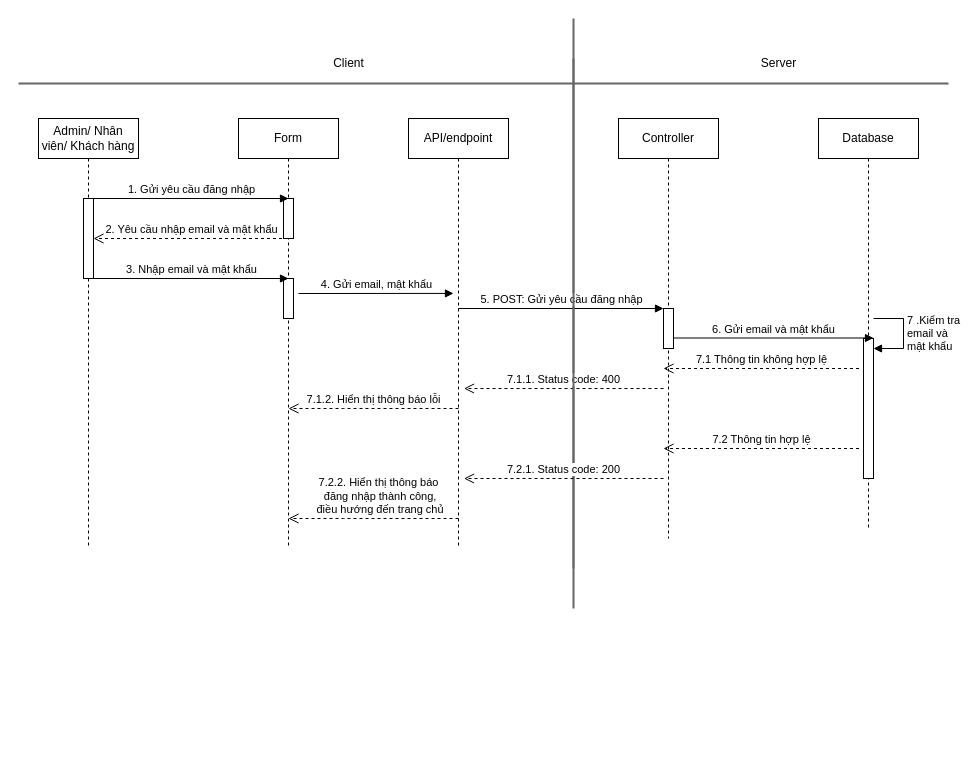
Above: SD/SD_DANGNHAP.drawio in hieuNV0871/da (draw.io), before the change. Source tidied: cells renumbered, new cells numbered last; positions are measured from the earlier drawing's top-left corner, leaving out a move shared by most shapes. Both pictures are drawn from the tidied source at 100%, with x=0, y=0 at pixel (18, 18).
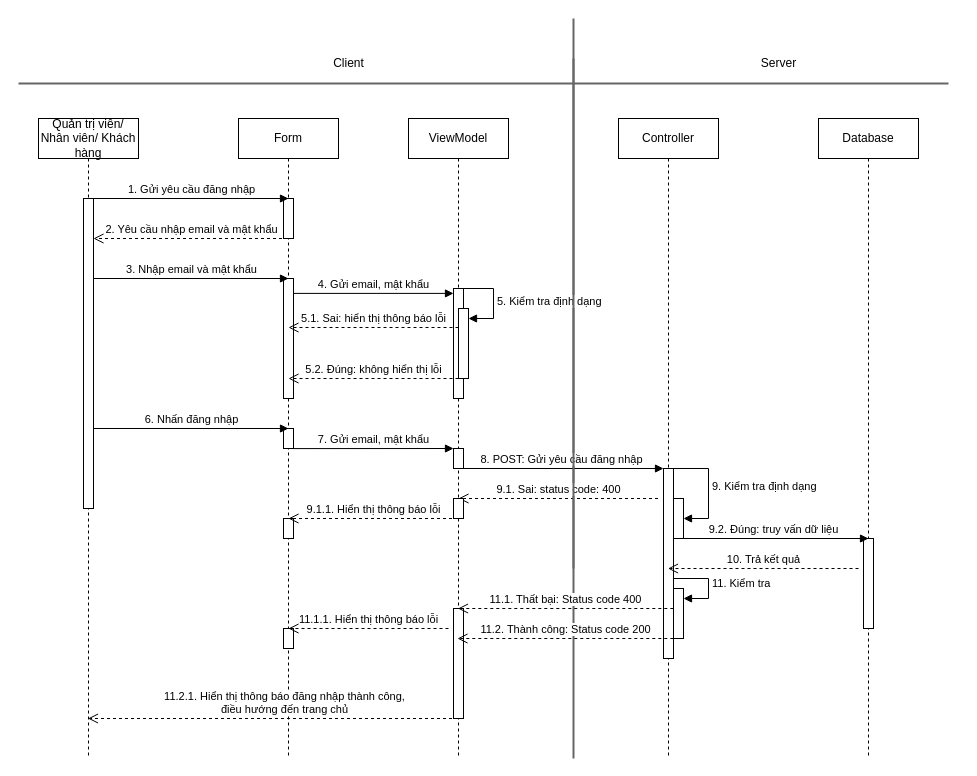
After the change.

The edit, as a diff of the source:
```diff
@@
-    <mxCell id="3" value="Admin/ Nhân viên/ Khách hàng" style="shape=umlLifeline;perimeter=lifelinePerimeter;whiteSpace=wrap;html=1;outlineConnect=0;portConstraint=eastwest;newEdgeStyle={&quot;curved&quot;:0,&quot;rounded&quot;:0};" parent="1" vertex="1">
-      <mxGeometry x="20" y="100" width="100" height="430" as="geometry" />
+    <mxCell id="3" value="Quản trị viên/ Nhân viên/ Khách hàng" style="shape=umlLifeline;perimeter=lifelinePerimeter;whiteSpace=wrap;html=1;outlineConnect=0;portConstraint=eastwest;newEdgeStyle={&quot;curved&quot;:0,&quot;rounded&quot;:0};" parent="1" vertex="1">
+      <mxGeometry x="20" y="100" width="100" height="640" as="geometry" />
     </mxCell>
     <mxCell id="4" style="html=1;points=[[0,0,0,0,5],[0,1,0,0,-5],[1,0,0,0,5],[1,1,0,0,-5]];perimeter=orthogonalPerimeter;outlineConnect=0;targetShapes=umlLifeline;portConstraint=eastwest;newEdgeStyle={&quot;curved&quot;:0,&quot;rounded&quot;:0};" parent="3" vertex="1">
-      <mxGeometry x="45" y="80" width="10" height="80" as="geometry" />
+      <mxGeometry x="45" y="80" width="10" height="310" as="geometry" />
     </mxCell>
     <mxCell id="5" value="Form" style="shape=umlLifeline;perimeter=lifelinePerimeter;whiteSpace=wrap;html=1;outlineConnect=0;portConstraint=eastwest;newEdgeStyle={&quot;curved&quot;:0,&quot;rounded&quot;:0};" parent="1" vertex="1">
-      <mxGeometry x="220" y="100" width="100" height="430" as="geometry" />
+      <mxGeometry x="220" y="100" width="100" height="640" as="geometry" />
     </mxCell>
@@
     <mxCell id="7" style="html=1;points=[[0,0,0,0,5],[0,1,0,0,-5],[1,0,0,0,5],[1,1,0,0,-5]];perimeter=orthogonalPerimeter;outlineConnect=0;targetShapes=umlLifeline;portConstraint=eastwest;newEdgeStyle={&quot;curved&quot;:0,&quot;rounded&quot;:0};" parent="5" vertex="1">
-      <mxGeometry x="45" y="160" width="10" height="40" as="geometry" />
+      <mxGeometry x="45" y="160" width="10" height="120" as="geometry" />
     </mxCell>
+    <mxCell id="31" style="html=1;perimeter=orthogonalPerimeter;targetShapes=umlLifeline;newEdgeStyle={&quot;curved&quot;:0,&quot;rounded&quot;:0};" parent="5" vertex="1">
+      <mxGeometry x="45" y="310" width="10" height="20" as="geometry" />
+    </mxCell>
+    <mxCell id="32" style="html=1;perimeter=orthogonalPerimeter;targetShapes=umlLifeline;newEdgeStyle={&quot;curved&quot;:0,&quot;rounded&quot;:0};" parent="5" vertex="1">
+      <mxGeometry x="45" y="400" width="10" height="20" as="geometry" />
+    </mxCell>
+    <mxCell id="33" style="html=1;perimeter=orthogonalPerimeter;targetShapes=umlLifeline;newEdgeStyle={&quot;curved&quot;:0,&quot;rounded&quot;:0};" parent="5" vertex="1">
+      <mxGeometry x="45" y="510" width="10" height="20" as="geometry" />
+    </mxCell>
     <mxCell id="8" value="Controller" style="shape=umlLifeline;perimeter=lifelinePerimeter;whiteSpace=wrap;html=1;outlineConnect=0;portConstraint=eastwest;newEdgeStyle={&quot;curved&quot;:0,&quot;rounded&quot;:0};" parent="1" vertex="1">
-      <mxGeometry x="600" y="100" width="100" height="420" as="geometry" />
+      <mxGeometry x="600" y="100" width="100" height="640" as="geometry" />
     </mxCell>
+    <mxCell id="25" style="html=1;points=[[0,0,0,0,5],[0,1,0,0,-5],[1,0,0,0,5],[1,1,0,0,-5]];perimeter=orthogonalPerimeter;outlineConnect=0;targetShapes=umlLifeline;portConstraint=eastwest;newEdgeStyle={&quot;curved&quot;:0,&quot;rounded&quot;:0};" parent="8" vertex="1">
+      <mxGeometry x="45" y="350" width="10" height="190" as="geometry" />
+    </mxCell>
+    <mxCell id="34" value="9. Kiểm tra định dạng" style="html=1;align=left;spacingLeft=2;endArrow=block;rounded=0;edgeStyle=orthogonalEdgeStyle;curved=0;rounded=0;exitX=0.5;exitY=0;exitDx=0;exitDy=0;exitPerimeter=0;" parent="8" edge="1" source="25" target="35">
+      <mxGeometry relative="1" as="geometry">
+        <Array as="points">
+          <mxPoint x="90" y="350" />
+          <mxPoint x="90" y="400" />
+        </Array>
+      </mxGeometry>
+    </mxCell>
+    <mxCell id="35" style="html=1;points=[[0,0,0,0,5],[0,1,0,0,-5],[1,0,0,0,5],[1,1,0,0,-5]];perimeter=orthogonalPerimeter;outlineConnect=0;targetShapes=umlLifeline;portConstraint=eastwest;newEdgeStyle={&quot;curved&quot;:0,&quot;rounded&quot;:0};" parent="8" vertex="1">
+      <mxGeometry x="55" y="380" width="10" height="40" as="geometry" />
+    </mxCell>
+    <mxCell id="36" style="html=1;points=[[0,0,0,0,5],[0,1,0,0,-5],[1,0,0,0,5],[1,1,0,0,-5]];perimeter=orthogonalPerimeter;outlineConnect=0;targetShapes=umlLifeline;portConstraint=eastwest;newEdgeStyle={&quot;curved&quot;:0,&quot;rounded&quot;:0};" parent="8" vertex="1">
+      <mxGeometry x="55" y="470" width="10" height="50" as="geometry" />
+    </mxCell>
+    <mxCell id="37" value="11. Kiểm tra" style="html=1;align=left;spacingLeft=2;endArrow=block;rounded=0;edgeStyle=orthogonalEdgeStyle;curved=0;rounded=0;" parent="8" edge="1" target="36">
+      <mxGeometry relative="1" as="geometry">
+        <mxPoint x="55" y="460" as="sourcePoint" />
+        <Array as="points">
+          <mxPoint x="90" y="460" />
+          <mxPoint x="90" y="480" />
+        </Array>
+      </mxGeometry>
+    </mxCell>
@@
-    <mxCell id="12" value="5. POST: Gửi yêu cầu đăng nhập" style="html=1;verticalAlign=bottom;endArrow=block;curved=0;rounded=0;" parent="1" edge="1">
+    <mxCell id="12" value="8. POST: Gửi yêu cầu đăng nhập" style="html=1;verticalAlign=bottom;endArrow=block;curved=0;rounded=0;" parent="1" edge="1">
       <mxGeometry relative="1" as="geometry">
-        <mxPoint x="440" y="290" as="sourcePoint" />
-        <mxPoint x="645" y="290" as="targetPoint" />
+        <mxPoint x="440" y="450" as="sourcePoint" />
+        <mxPoint x="645" y="450" as="targetPoint" />
       </mxGeometry>
     </mxCell>
-    <mxCell id="13" value="7.1 Thông tin không hợp lệ" style="html=1;verticalAlign=bottom;endArrow=open;dashed=1;endSize=8;curved=0;rounded=0;" parent="1" edge="1">
-      <mxGeometry relative="1" as="geometry">
-        <mxPoint x="840.5" y="350" as="sourcePoint" />
-        <mxPoint x="645" y="350" as="targetPoint" />
-      </mxGeometry>
-    </mxCell>
-    <mxCell id="14" value="7.1.1. Status code: 400" style="html=1;verticalAlign=bottom;endArrow=open;dashed=1;endSize=8;curved=0;rounded=0;" parent="1" edge="1">
+    <mxCell id="14" value="9.1. Sai: status code: 400" style="html=1;verticalAlign=bottom;endArrow=open;dashed=1;endSize=8;curved=0;rounded=0;" parent="1" edge="1">
       <mxGeometry relative="1" as="geometry">
-        <mxPoint x="645" y="370" as="sourcePoint" />
-        <mxPoint x="445.5" y="370" as="targetPoint" />
+        <mxPoint x="639.5" y="480" as="sourcePoint" />
+        <mxPoint x="440" y="480" as="targetPoint" />
         <Array as="points">
-          <mxPoint x="520.5" y="370" />
+          <mxPoint x="515" y="480" />
         </Array>
       </mxGeometry>
     </mxCell>
     <mxCell id="15" value="Database" style="shape=umlLifeline;perimeter=lifelinePerimeter;whiteSpace=wrap;html=1;newEdgeStyle={&quot;curved&quot;:0,&quot;rounded&quot;:0};" parent="1" vertex="1">
-      <mxGeometry x="800" y="100" width="100" height="410" as="geometry" />
+      <mxGeometry x="800" y="100" width="100" height="640" as="geometry" />
     </mxCell>
-    <mxCell id="16" value="7 .Kiểm tra &lt;br&gt;email và&lt;br&gt;mật khẩu" style="html=1;align=left;spacingLeft=2;endArrow=block;rounded=0;edgeStyle=orthogonalEdgeStyle;curved=0;rounded=0;" parent="15" edge="1" target="17">
-      <mxGeometry relative="1" as="geometry">
-        <mxPoint x="55" y="200" as="sourcePoint" />
-        <Array as="points">
-          <mxPoint x="85" y="230" />
-        </Array>
-      </mxGeometry>
-    </mxCell>
-    <mxCell id="17" style="html=1;points=[[0,0,0,0,5],[0,1,0,0,-5],[1,0,0,0,5],[1,1,0,0,-5]];perimeter=orthogonalPerimeter;outlineConnect=0;targetShapes=umlLifeline;portConstraint=eastwest;newEdgeStyle={&quot;curved&quot;:0,&quot;rounded&quot;:0};" parent="15" vertex="1">
-      <mxGeometry x="45" y="220" width="10" height="140" as="geometry" />
-    </mxCell>
-    <mxCell id="18" value="6. Gửi email và mật khẩu" style="html=1;verticalAlign=bottom;endArrow=block;curved=0;rounded=0;" parent="1" edge="1" source="25">
-      <mxGeometry relative="1" as="geometry">
-        <mxPoint x="855" y="319.5" as="targetPoint" />
-      </mxGeometry>
-    </mxCell>
+    <mxCell id="38" style="html=1;perimeter=orthogonalPerimeter;targetShapes=umlLifeline;newEdgeStyle={&quot;curved&quot;:0,&quot;rounded&quot;:0};" parent="15" vertex="1">
+      <mxGeometry x="45" y="420" width="10" height="90" as="geometry" />
+    </mxCell>
@@
-    <mxCell id="22" value="API/endpoint" style="shape=umlLifeline;perimeter=lifelinePerimeter;whiteSpace=wrap;html=1;outlineConnect=0;portConstraint=eastwest;newEdgeStyle={&quot;curved&quot;:0,&quot;rounded&quot;:0};" parent="1" vertex="1">
-      <mxGeometry x="390" y="100" width="100" height="430" as="geometry" />
+    <mxCell id="22" value="ViewModel" style="shape=umlLifeline;perimeter=lifelinePerimeter;whiteSpace=wrap;html=1;outlineConnect=0;portConstraint=eastwest;newEdgeStyle={&quot;curved&quot;:0,&quot;rounded&quot;:0};" parent="1" vertex="1">
+      <mxGeometry x="390" y="100" width="100" height="640" as="geometry" />
     </mxCell>
+    <mxCell id="39" style="html=1;perimeter=orthogonalPerimeter;targetShapes=umlLifeline;newEdgeStyle={&quot;curved&quot;:0,&quot;rounded&quot;:0};" parent="22" vertex="1">
+      <mxGeometry x="45" y="170" width="10" height="110" as="geometry" />
+    </mxCell>
+    <mxCell id="40" value="5. Kiểm tra định dạng" style="html=1;align=left;spacingLeft=2;endArrow=block;rounded=0;edgeStyle=orthogonalEdgeStyle;curved=0;rounded=0;" parent="22" edge="1" target="41">
+      <mxGeometry relative="1" as="geometry">
+        <mxPoint x="55" y="170" as="sourcePoint" />
+        <Array as="points">
+          <mxPoint x="85" y="200" />
+        </Array>
+      </mxGeometry>
+    </mxCell>
+    <mxCell id="41" style="html=1;points=[[0,0,0,0,5],[0,1,0,0,-5],[1,0,0,0,5],[1,1,0,0,-5]];perimeter=orthogonalPerimeter;outlineConnect=0;targetShapes=umlLifeline;portConstraint=eastwest;newEdgeStyle={&quot;curved&quot;:0,&quot;rounded&quot;:0};" parent="22" vertex="1">
+      <mxGeometry x="50" y="190" width="10" height="70" as="geometry" />
+    </mxCell>
+    <mxCell id="42" style="html=1;perimeter=orthogonalPerimeter;targetShapes=umlLifeline;newEdgeStyle={&quot;curved&quot;:0,&quot;rounded&quot;:0};" parent="22" vertex="1">
+      <mxGeometry x="45" y="330" width="10" height="20" as="geometry" />
+    </mxCell>
+    <mxCell id="43" style="html=1;perimeter=orthogonalPerimeter;targetShapes=umlLifeline;newEdgeStyle={&quot;curved&quot;:0,&quot;rounded&quot;:0};" parent="22" vertex="1">
+      <mxGeometry x="45" y="380" width="10" height="20" as="geometry" />
+    </mxCell>
+    <mxCell id="44" style="html=1;perimeter=orthogonalPerimeter;targetShapes=umlLifeline;newEdgeStyle={&quot;curved&quot;:0,&quot;rounded&quot;:0};" parent="22" vertex="1">
+      <mxGeometry x="45" y="490" width="10" height="110" as="geometry" />
+    </mxCell>
-    <mxCell id="23" value="4. Gửi email, mật khẩu" style="html=1;verticalAlign=bottom;endArrow=block;curved=0;rounded=0;" parent="1" edge="1">
+    <mxCell id="23" value="4. Gửi email, mật khẩu" style="html=1;verticalAlign=bottom;endArrow=block;curved=0;rounded=0;" parent="1" edge="1" source="7">
       <mxGeometry relative="1" as="geometry">
-        <mxPoint x="280" y="275" as="sourcePoint" />
         <mxPoint x="435" y="274.9" as="targetPoint" />
       </mxGeometry>
     </mxCell>
-    <mxCell id="24" style="html=1;verticalAlign=bottom;endArrow=block;curved=0;rounded=0;" parent="1" edge="1" target="25">
-      <mxGeometry relative="1" as="geometry">
-        <mxPoint x="650" y="319.5" as="sourcePoint" />
-      </mxGeometry>
-    </mxCell>
-    <mxCell id="25" style="html=1;points=[[0,0,0,0,5],[0,1,0,0,-5],[1,0,0,0,5],[1,1,0,0,-5]];perimeter=orthogonalPerimeter;outlineConnect=0;targetShapes=umlLifeline;portConstraint=eastwest;newEdgeStyle={&quot;curved&quot;:0,&quot;rounded&quot;:0};" parent="1" vertex="1">
-      <mxGeometry x="645" y="290" width="10" height="40" as="geometry" />
-    </mxCell>
     <mxCell id="26" style="line;strokeWidth=2;direction=south;html=1;fillColor=#f5f5f5;fontColor=#333333;strokeColor=#666666;" parent="1" vertex="1">
-      <mxGeometry x="550" y="40" width="10" height="550" as="geometry" />
+      <mxGeometry x="550" y="40" width="10" height="700" as="geometry" />
     </mxCell>
-    <mxCell id="27" value="7.2 Thông tin hợp lệ" style="html=1;verticalAlign=bottom;endArrow=open;dashed=1;endSize=8;curved=0;rounded=0;" parent="1" edge="1">
-      <mxGeometry relative="1" as="geometry">
-        <mxPoint x="840.5" y="430" as="sourcePoint" />
-        <mxPoint x="645" y="430" as="targetPoint" />
-      </mxGeometry>
-    </mxCell>
-    <mxCell id="28" value="7.2.1. Status code: 200" style="html=1;verticalAlign=bottom;endArrow=open;dashed=1;endSize=8;curved=0;rounded=0;" parent="1" edge="1">
-      <mxGeometry relative="1" as="geometry">
-        <mxPoint x="645" y="460" as="sourcePoint" />
-        <mxPoint x="445.5" y="460" as="targetPoint" />
-        <Array as="points">
-          <mxPoint x="520.5" y="460" />
-        </Array>
-      </mxGeometry>
-    </mxCell>
-    <mxCell id="29" value="7.1.2. Hiển thị thông báo lỗi" style="html=1;verticalAlign=bottom;endArrow=open;dashed=1;endSize=8;curved=0;rounded=0;" parent="1" edge="1">
-      <mxGeometry relative="1" as="geometry">
-        <mxPoint x="440" y="390" as="sourcePoint" />
-        <mxPoint x="270" y="390" as="targetPoint" />
-        <Array as="points">
-          <mxPoint x="325" y="390" />
-        </Array>
-      </mxGeometry>
-    </mxCell>
-    <mxCell id="30" value="7.2.2. Hiển thị thông báo&lt;br&gt;&amp;nbsp;đăng nhập thành công,&lt;br&gt;&amp;nbsp;điều hướng đến trang chủ" style="html=1;verticalAlign=bottom;endArrow=open;dashed=1;endSize=8;curved=0;rounded=0;" parent="1" edge="1">
+    <mxCell id="30" value="11.2.1. Hiển thị thông báo đăng nhập thành công,&lt;br&gt;điều hướng đến trang chủ" style="html=1;verticalAlign=bottom;endArrow=open;dashed=1;endSize=8;curved=0;rounded=0;" parent="1" edge="1" source="22" target="3">
       <mxGeometry x="-0.06" relative="1" as="geometry">
-        <mxPoint x="440" y="500" as="sourcePoint" />
-        <mxPoint x="270" y="500" as="targetPoint" />
         <Array as="points">
-          <mxPoint x="325" y="500" />
+          <mxPoint x="297.5" y="700" />
         </Array>
       </mxGeometry>
     </mxCell>
+    <mxCell id="45" value="5.1. Sai: hiển thị thông báo lỗi" style="html=1;verticalAlign=bottom;endArrow=open;dashed=1;endSize=8;curved=0;rounded=0;" parent="1" edge="1" source="41">
+      <mxGeometry relative="1" as="geometry">
+        <mxPoint x="270" y="309" as="targetPoint" />
+      </mxGeometry>
+    </mxCell>
+    <mxCell id="46" value="5.2. Đúng: không hiển thị lỗi" style="html=1;verticalAlign=bottom;endArrow=open;dashed=1;endSize=8;curved=0;rounded=0;" parent="1" edge="1">
+      <mxGeometry relative="1" as="geometry">
+        <mxPoint x="440" y="360" as="sourcePoint" />
+        <mxPoint x="270" y="360" as="targetPoint" />
+      </mxGeometry>
+    </mxCell>
+    <mxCell id="47" value="6. Nhấn đăng nhập" style="html=1;verticalAlign=bottom;endArrow=block;curved=0;rounded=0;" parent="1" edge="1">
+      <mxGeometry relative="1" as="geometry">
+        <mxPoint x="75" y="410" as="sourcePoint" />
+        <mxPoint x="270" y="410" as="targetPoint" />
+      </mxGeometry>
+    </mxCell>
+    <mxCell id="48" value="7. Gửi email, mật khẩu" style="html=1;verticalAlign=bottom;endArrow=block;curved=0;rounded=0;" parent="1" edge="1">
+      <mxGeometry relative="1" as="geometry">
+        <mxPoint x="275" y="430.1" as="sourcePoint" />
+        <mxPoint x="435" y="430" as="targetPoint" />
+      </mxGeometry>
+    </mxCell>
+    <mxCell id="49" value="9.1.1. Hiển thị thông báo lỗi" style="html=1;verticalAlign=bottom;endArrow=open;dashed=1;endSize=8;curved=0;rounded=0;" parent="1" edge="1">
+      <mxGeometry relative="1" as="geometry">
+        <mxPoint x="439.5" y="500" as="sourcePoint" />
+        <mxPoint x="270" y="500" as="targetPoint" />
+        <Array as="points">
+          <mxPoint x="315" y="500" />
+        </Array>
+      </mxGeometry>
+    </mxCell>
+    <mxCell id="50" value="9.2. Đúng: truy vấn dữ liệu" style="html=1;verticalAlign=bottom;endArrow=block;curved=0;rounded=0;" parent="1" edge="1">
+      <mxGeometry relative="1" as="geometry">
+        <mxPoint x="660" y="520" as="sourcePoint" />
+        <mxPoint x="850" y="520" as="targetPoint" />
+      </mxGeometry>
+    </mxCell>
+    <mxCell id="51" value="10. Trả kết quả" style="html=1;verticalAlign=bottom;endArrow=open;dashed=1;endSize=8;curved=0;rounded=0;" parent="1" edge="1" target="8">
+      <mxGeometry relative="1" as="geometry">
+        <mxPoint x="840" y="550" as="sourcePoint" />
+      </mxGeometry>
+    </mxCell>
+    <mxCell id="52" value="11.1. Thất bại: Status code 400" style="html=1;verticalAlign=bottom;endArrow=open;dashed=1;endSize=8;curved=0;rounded=0;" parent="1" edge="1" target="22">
+      <mxGeometry relative="1" as="geometry">
+        <mxPoint x="654.8" y="590" as="sourcePoint" />
+      </mxGeometry>
+    </mxCell>
+    <mxCell id="53" value="11.2. Thành công: Status code 200" style="html=1;verticalAlign=bottom;endArrow=open;dashed=1;endSize=8;curved=0;rounded=0;" parent="1" edge="1">
+      <mxGeometry relative="1" as="geometry">
+        <mxPoint x="654.8" y="620" as="sourcePoint" />
+        <mxPoint x="439" y="620" as="targetPoint" />
+      </mxGeometry>
+    </mxCell>
+    <mxCell id="54" value="11.1.1. Hiển thị thông báo lỗi" style="html=1;verticalAlign=bottom;endArrow=open;dashed=1;endSize=8;curved=0;rounded=0;" parent="1" edge="1">
+      <mxGeometry relative="1" as="geometry">
+        <mxPoint x="430" y="610" as="sourcePoint" />
+        <mxPoint x="270" y="610" as="targetPoint" />
+        <Array as="points">
+          <mxPoint x="305" y="610" />
+        </Array>
+      </mxGeometry>
+    </mxCell>
```
